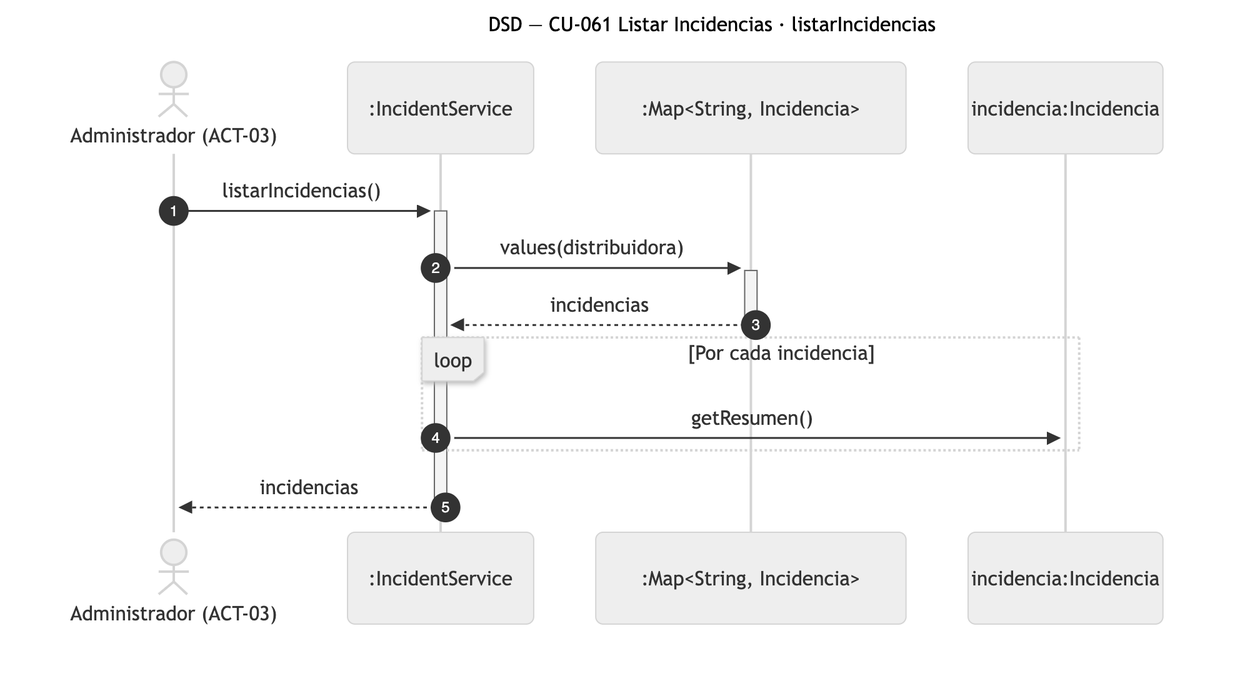
The Mermaid diagram diagramas/png/DSD_CU-061_listarIncidencias.png in Nahuelito-Dev/splg-docs, before a commit. Its source is kept beside it as diagramas/DSD_CU-061_listarIncidencias.mmd.
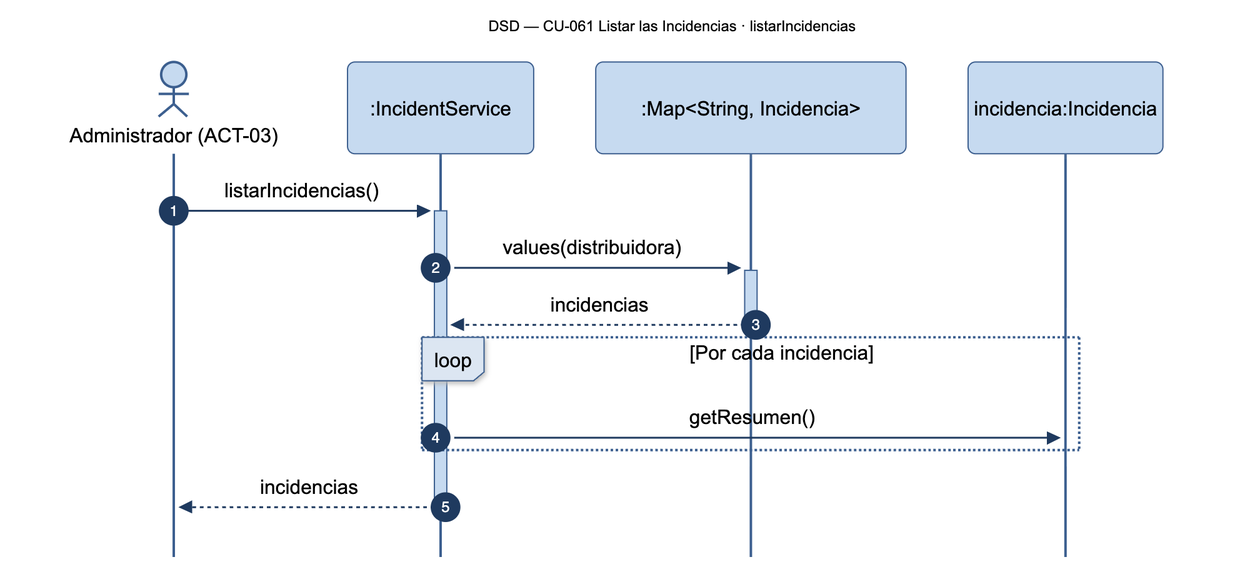
Above is the later version.

Change to the diagram source:
```diff
@@ -1,5 +1,5 @@
 sequenceDiagram
-    title DSD — CU-061 Listar Incidencias · listarIncidencias
+    title DSD — CU-061 Listar las Incidencias · listarIncidencias
     autonumber
     actor ADM as Administrador (ACT-03)
     participant SRV as :IncidentService
```
